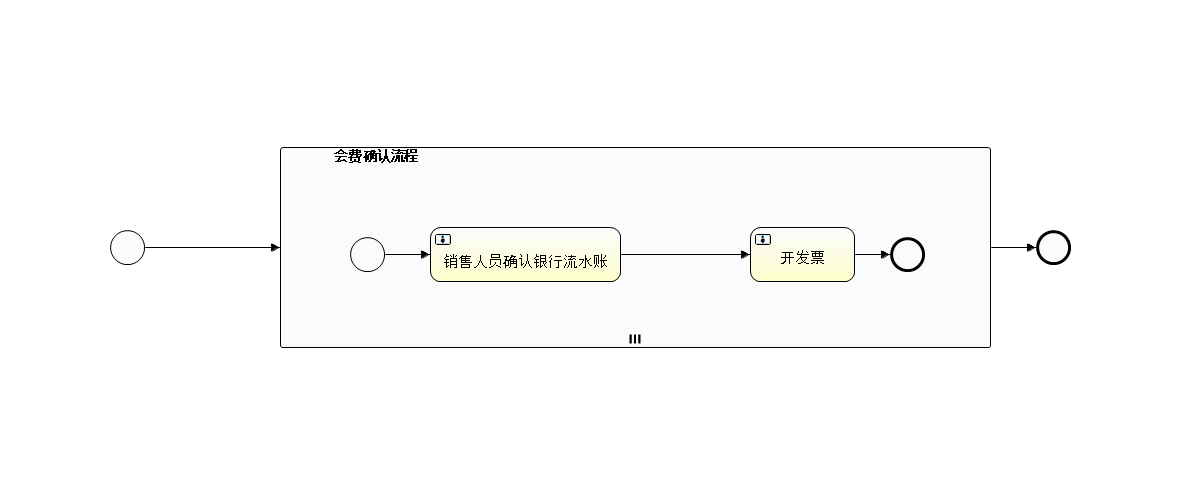
Before: server/src/main/resources/workflow/MeetingRegist.png, a diagram exported from BPMN (glorydom/ApiTemplate). Its source is kept beside it as server/src/main/resources/workflow/MeetingRegist.bpmn. Ids are renumbered. Source of this version:
```xml
<definitions xmlns="http://www.omg.org/spec/BPMN/20100524/MODEL" xmlns:xsi="http://www.w3.org/2001/XMLSchema-instance" xmlns:activiti="http://activiti.org/bpmn" xmlns:bpmndi="http://www.omg.org/spec/BPMN/20100524/DI" xmlns:omgdc="http://www.omg.org/spec/DD/20100524/DC" xmlns:omgdi="http://www.omg.org/spec/DD/20100524/DI" typeLanguage="http://www.w3.org/2001/XMLSchema" expressionLanguage="http://www.w3.org/1999/XPath" targetNamespace="http://www.activiti.org/test">
  <process id="MeetingRegist" name="My process" isExecutable="true">
    <startEvent id="startevent1" name="Start"></startEvent>
    <subProcess id="meetingFeeConfirmationSubProcess" name="会费确认流程">
      <multiInstanceLoopCharacteristics isSequential="false" activiti:collection="Salemans" activiti:elementVariable="Saleman">
        <completionCondition>${nrOfCompletedInstances/nrOfInstances==1}</completionCondition>
      </multiInstanceLoopCharacteristics>
      <startEvent id="startevent2" name="Start"></startEvent>
      <userTask id="usertask1" name="销售人员确认银行流水账" activiti:assignee="${Saleman}" activiti:formKey="confirmFeeBySaleman"></userTask>
      <sequenceFlow id="flow2" sourceRef="startevent2" targetRef="usertask1"></sequenceFlow>
      <userTask id="usertask2" name="开发票" activiti:formKey="meetingFeeInvoice">
        <extensionElements>
          <activiti:taskListener event="create" class="com.huiyi.meeting.activiti.TaskAssigneeListener"></activiti:taskListener>
        </extensionElements>
      </userTask>
      <sequenceFlow id="flow3" sourceRef="usertask1" targetRef="usertask2"></sequenceFlow>
      <endEvent id="endevent1" name="End"></endEvent>
      <sequenceFlow id="flow4" sourceRef="usertask2" targetRef="endevent1"></sequenceFlow>
    </subProcess>
    <sequenceFlow id="flow1" sourceRef="startevent1" targetRef="meetingFeeConfirmationSubProcess"></sequenceFlow>
    <endEvent id="endevent2" name="End"></endEvent>
    <sequenceFlow id="flow5" sourceRef="meetingFeeConfirmationSubProcess" targetRef="endevent2"></sequenceFlow>
  </process>
  <bpmndi:BPMNDiagram id="BPMNDiagram_MeetingRegist">
    <bpmndi:BPMNPlane bpmnElement="MeetingRegist" id="BPMNPlane_MeetingRegist">
      <bpmndi:BPMNShape bpmnElement="startevent1" id="BPMNShape_startevent1">
        <omgdc:Bounds height="35.0" width="35.0" x="110.0" y="230.0"></omgdc:Bounds>
      </bpmndi:BPMNShape>
      <bpmndi:BPMNShape bpmnElement="meetingFeeConfirmationSubProcess" id="BPMNShape_meetingFeeConfirmationSubProcess">
        <omgdc:Bounds height="201.0" width="711.0" x="280.0" y="147.0"></omgdc:Bounds>
      </bpmndi:BPMNShape>
      <bpmndi:BPMNShape bpmnElement="startevent2" id="BPMNShape_startevent2">
        <omgdc:Bounds height="35.0" width="35.0" x="350.0" y="237.0"></omgdc:Bounds>
      </bpmndi:BPMNShape>
      <bpmndi:BPMNShape bpmnElement="usertask1" id="BPMNShape_usertask1">
        <omgdc:Bounds height="55.0" width="191.0" x="430.0" y="227.0"></omgdc:Bounds>
      </bpmndi:BPMNShape>
      <bpmndi:BPMNShape bpmnElement="usertask2" id="BPMNShape_usertask2">
        <omgdc:Bounds height="55.0" width="105.0" x="750.0" y="227.0"></omgdc:Bounds>
      </bpmndi:BPMNShape>
      <bpmndi:BPMNShape bpmnElement="endevent1" id="BPMNShape_endevent1">
        <omgdc:Bounds height="35.0" width="35.0" x="890.0" y="237.0"></omgdc:Bounds>
      </bpmndi:BPMNShape>
      <bpmndi:BPMNShape bpmnElement="endevent2" id="BPMNShape_endevent2">
        <omgdc:Bounds height="35.0" width="35.0" x="1036.0" y="230.0"></omgdc:Bounds>
      </bpmndi:BPMNShape>
      <bpmndi:BPMNEdge bpmnElement="flow2" id="BPMNEdge_flow2">
        <omgdi:waypoint x="385.0" y="254.0"></omgdi:waypoint>
        <omgdi:waypoint x="430.0" y="254.0"></omgdi:waypoint>
      </bpmndi:BPMNEdge>
      <bpmndi:BPMNEdge bpmnElement="flow3" id="BPMNEdge_flow3">
        <omgdi:waypoint x="621.0" y="254.0"></omgdi:waypoint>
        <omgdi:waypoint x="750.0" y="254.0"></omgdi:waypoint>
      </bpmndi:BPMNEdge>
      <bpmndi:BPMNEdge bpmnElement="flow4" id="BPMNEdge_flow4">
        <omgdi:waypoint x="855.0" y="254.0"></omgdi:waypoint>
        <omgdi:waypoint x="890.0" y="254.0"></omgdi:waypoint>
      </bpmndi:BPMNEdge>
      <bpmndi:BPMNEdge bpmnElement="flow1" id="BPMNEdge_flow1">
        <omgdi:waypoint x="145.0" y="247.0"></omgdi:waypoint>
        <omgdi:waypoint x="280.0" y="247.0"></omgdi:waypoint>
      </bpmndi:BPMNEdge>
      <bpmndi:BPMNEdge bpmnElement="flow5" id="BPMNEdge_flow5">
        <omgdi:waypoint x="991.0" y="247.0"></omgdi:waypoint>
        <omgdi:waypoint x="1036.0" y="247.0"></omgdi:waypoint>
      </bpmndi:BPMNEdge>
    </bpmndi:BPMNPlane>
  </bpmndi:BPMNDiagram>
</definitions>
```
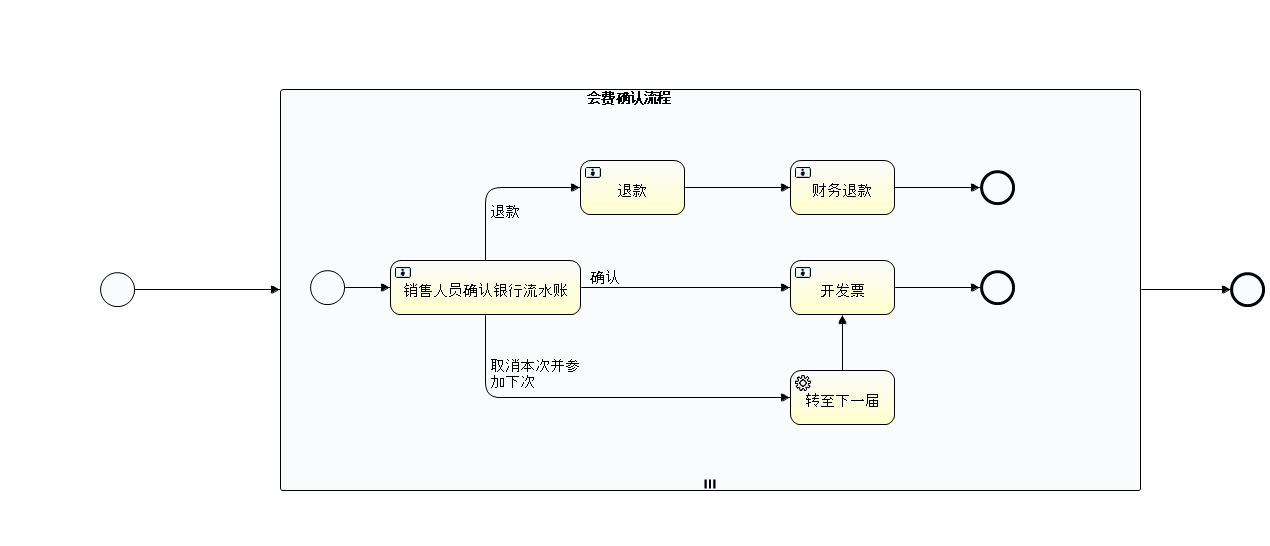
The same diagram one commit later.

Diff of the diagram source:
```diff
@@ -1,5 +1,5 @@
 <definitions xmlns="http://www.omg.org/spec/BPMN/20100524/MODEL" xmlns:xsi="http://www.w3.org/2001/XMLSchema-instance" xmlns:activiti="http://activiti.org/bpmn" xmlns:bpmndi="http://www.omg.org/spec/BPMN/20100524/DI" xmlns:omgdc="http://www.omg.org/spec/DD/20100524/DC" xmlns:omgdi="http://www.omg.org/spec/DD/20100524/DI" typeLanguage="http://www.w3.org/2001/XMLSchema" expressionLanguage="http://www.w3.org/1999/XPath" targetNamespace="http://www.activiti.org/test">
-  <process id="MeetingRegist" name="My process" isExecutable="true">
+  <process id="MeetingRegist" name="嘉宾注册流程" isExecutable="true">
     <startEvent id="startevent1" name="Start"></startEvent>
     <subProcess id="meetingFeeConfirmationSubProcess" name="会费确认流程">
       <multiInstanceLoopCharacteristics isSequential="false" activiti:collection="Salemans" activiti:elementVariable="Saleman">
@@ -8,14 +8,23 @@
       <startEvent id="startevent2" name="Start"></startEvent>
       <userTask id="usertask1" name="销售人员确认银行流水账" activiti:assignee="${Saleman}" activiti:formKey="confirmFeeBySaleman"></userTask>
       <sequenceFlow id="flow2" sourceRef="startevent2" targetRef="usertask1"></sequenceFlow>
-      <userTask id="usertask2" name="开发票" activiti:formKey="meetingFeeInvoice">
+      <userTask id="usertask22" name="开发票" activiti:assignee="王渊博" activiti:formKey="meetingFeeInvoice">
         <extensionElements>
           <activiti:taskListener event="create" class="com.huiyi.meeting.activiti.TaskAssigneeListener"></activiti:taskListener>
         </extensionElements>
       </userTask>
-      <sequenceFlow id="flow3" sourceRef="usertask1" targetRef="usertask2"></sequenceFlow>
       <endEvent id="endevent1" name="End"></endEvent>
-      <sequenceFlow id="flow4" sourceRef="usertask2" targetRef="endevent1"></sequenceFlow>
+      <sequenceFlow id="flow4" sourceRef="usertask22" targetRef="endevent1"></sequenceFlow>
+      <userTask id="usertask24" name="退款"></userTask>
+      <sequenceFlow id="flow13" sourceRef="servicetask1" targetRef="usertask22"></sequenceFlow>
+      <sequenceFlow id="flow14" name="退款" sourceRef="usertask1" targetRef="usertask24"></sequenceFlow>
+      <sequenceFlow id="flow15" name="确认" sourceRef="usertask1" targetRef="usertask22"></sequenceFlow>
+      <sequenceFlow id="flow16" name="取消本次并参加下次" sourceRef="usertask1" targetRef="servicetask1"></sequenceFlow>
+      <serviceTask id="servicetask1" name="转至下一届"></serviceTask>
+      <userTask id="usertask25" name="财务退款"></userTask>
+      <sequenceFlow id="flow17" sourceRef="usertask24" targetRef="usertask25"></sequenceFlow>
+      <endEvent id="endevent3" name="End"></endEvent>
+      <sequenceFlow id="flow18" sourceRef="usertask25" targetRef="endevent3"></sequenceFlow>
     </subProcess>
     <sequenceFlow id="flow1" sourceRef="startevent1" targetRef="meetingFeeConfirmationSubProcess"></sequenceFlow>
     <endEvent id="endevent2" name="End"></endEvent>
@@ -24,45 +33,88 @@
   <bpmndi:BPMNDiagram id="BPMNDiagram_MeetingRegist">
     <bpmndi:BPMNPlane bpmnElement="MeetingRegist" id="BPMNPlane_MeetingRegist">
       <bpmndi:BPMNShape bpmnElement="startevent1" id="BPMNShape_startevent1">
-        <omgdc:Bounds height="35.0" width="35.0" x="110.0" y="230.0"></omgdc:Bounds>
+        <omgdc:Bounds height="35.0" width="35.0" x="100.0" y="272.0"></omgdc:Bounds>
       </bpmndi:BPMNShape>
       <bpmndi:BPMNShape bpmnElement="meetingFeeConfirmationSubProcess" id="BPMNShape_meetingFeeConfirmationSubProcess">
-        <omgdc:Bounds height="201.0" width="711.0" x="280.0" y="147.0"></omgdc:Bounds>
+        <omgdc:Bounds height="402.0" width="861.0" x="280.0" y="89.0"></omgdc:Bounds>
       </bpmndi:BPMNShape>
       <bpmndi:BPMNShape bpmnElement="startevent2" id="BPMNShape_startevent2">
-        <omgdc:Bounds height="35.0" width="35.0" x="350.0" y="237.0"></omgdc:Bounds>
+        <omgdc:Bounds height="35.0" width="35.0" x="310.0" y="270.0"></omgdc:Bounds>
       </bpmndi:BPMNShape>
       <bpmndi:BPMNShape bpmnElement="usertask1" id="BPMNShape_usertask1">
-        <omgdc:Bounds height="55.0" width="191.0" x="430.0" y="227.0"></omgdc:Bounds>
+        <omgdc:Bounds height="55.0" width="191.0" x="390.0" y="260.0"></omgdc:Bounds>
       </bpmndi:BPMNShape>
-      <bpmndi:BPMNShape bpmnElement="usertask2" id="BPMNShape_usertask2">
-        <omgdc:Bounds height="55.0" width="105.0" x="750.0" y="227.0"></omgdc:Bounds>
+      <bpmndi:BPMNShape bpmnElement="usertask22" id="BPMNShape_usertask22">
+        <omgdc:Bounds height="55.0" width="105.0" x="790.0" y="260.0"></omgdc:Bounds>
       </bpmndi:BPMNShape>
       <bpmndi:BPMNShape bpmnElement="endevent1" id="BPMNShape_endevent1">
-        <omgdc:Bounds height="35.0" width="35.0" x="890.0" y="237.0"></omgdc:Bounds>
+        <omgdc:Bounds height="35.0" width="35.0" x="980.0" y="270.0"></omgdc:Bounds>
+      </bpmndi:BPMNShape>
+      <bpmndi:BPMNShape bpmnElement="usertask24" id="BPMNShape_usertask24">
+        <omgdc:Bounds height="55.0" width="105.0" x="580.0" y="160.0"></omgdc:Bounds>
+      </bpmndi:BPMNShape>
+      <bpmndi:BPMNShape bpmnElement="servicetask1" id="BPMNShape_servicetask1">
+        <omgdc:Bounds height="55.0" width="105.0" x="790.0" y="370.0"></omgdc:Bounds>
+      </bpmndi:BPMNShape>
+      <bpmndi:BPMNShape bpmnElement="usertask25" id="BPMNShape_usertask25">
+        <omgdc:Bounds height="55.0" width="105.0" x="790.0" y="160.0"></omgdc:Bounds>
+      </bpmndi:BPMNShape>
+      <bpmndi:BPMNShape bpmnElement="endevent3" id="BPMNShape_endevent3">
+        <omgdc:Bounds height="35.0" width="35.0" x="980.0" y="170.0"></omgdc:Bounds>
       </bpmndi:BPMNShape>
       <bpmndi:BPMNShape bpmnElement="endevent2" id="BPMNShape_endevent2">
-        <omgdc:Bounds height="35.0" width="35.0" x="1036.0" y="230.0"></omgdc:Bounds>
+        <omgdc:Bounds height="35.0" width="35.0" x="1230.0" y="272.0"></omgdc:Bounds>
       </bpmndi:BPMNShape>
       <bpmndi:BPMNEdge bpmnElement="flow2" id="BPMNEdge_flow2">
-        <omgdi:waypoint x="385.0" y="254.0"></omgdi:waypoint>
-        <omgdi:waypoint x="430.0" y="254.0"></omgdi:waypoint>
-      </bpmndi:BPMNEdge>
-      <bpmndi:BPMNEdge bpmnElement="flow3" id="BPMNEdge_flow3">
-        <omgdi:waypoint x="621.0" y="254.0"></omgdi:waypoint>
-        <omgdi:waypoint x="750.0" y="254.0"></omgdi:waypoint>
+        <omgdi:waypoint x="345.0" y="287.0"></omgdi:waypoint>
+        <omgdi:waypoint x="390.0" y="287.0"></omgdi:waypoint>
       </bpmndi:BPMNEdge>
       <bpmndi:BPMNEdge bpmnElement="flow4" id="BPMNEdge_flow4">
-        <omgdi:waypoint x="855.0" y="254.0"></omgdi:waypoint>
-        <omgdi:waypoint x="890.0" y="254.0"></omgdi:waypoint>
+        <omgdi:waypoint x="895.0" y="287.0"></omgdi:waypoint>
+        <omgdi:waypoint x="980.0" y="287.0"></omgdi:waypoint>
+      </bpmndi:BPMNEdge>
+      <bpmndi:BPMNEdge bpmnElement="flow13" id="BPMNEdge_flow13">
+        <omgdi:waypoint x="842.0" y="370.0"></omgdi:waypoint>
+        <omgdi:waypoint x="842.0" y="315.0"></omgdi:waypoint>
+      </bpmndi:BPMNEdge>
+      <bpmndi:BPMNEdge bpmnElement="flow14" id="BPMNEdge_flow14">
+        <omgdi:waypoint x="485.0" y="260.0"></omgdi:waypoint>
+        <omgdi:waypoint x="485.0" y="187.0"></omgdi:waypoint>
+        <omgdi:waypoint x="580.0" y="187.0"></omgdi:waypoint>
+        <bpmndi:BPMNLabel>
+          <omgdc:Bounds height="16.0" width="100.0" x="674.0" y="270.0"></omgdc:Bounds>
+        </bpmndi:BPMNLabel>
+      </bpmndi:BPMNEdge>
+      <bpmndi:BPMNEdge bpmnElement="flow15" id="BPMNEdge_flow15">
+        <omgdi:waypoint x="581.0" y="287.0"></omgdi:waypoint>
+        <omgdi:waypoint x="790.0" y="287.0"></omgdi:waypoint>
+        <bpmndi:BPMNLabel>
+          <omgdc:Bounds height="16.0" width="100.0" x="870.0" y="346.0"></omgdc:Bounds>
+        </bpmndi:BPMNLabel>
+      </bpmndi:BPMNEdge>
+      <bpmndi:BPMNEdge bpmnElement="flow16" id="BPMNEdge_flow16">
+        <omgdi:waypoint x="485.0" y="315.0"></omgdi:waypoint>
+        <omgdi:waypoint x="485.0" y="397.0"></omgdi:waypoint>
+        <omgdi:waypoint x="790.0" y="397.0"></omgdi:waypoint>
+        <bpmndi:BPMNLabel>
+          <omgdc:Bounds height="48.0" width="100.0" x="731.0" y="439.0"></omgdc:Bounds>
+        </bpmndi:BPMNLabel>
+      </bpmndi:BPMNEdge>
+      <bpmndi:BPMNEdge bpmnElement="flow17" id="BPMNEdge_flow17">
+        <omgdi:waypoint x="685.0" y="187.0"></omgdi:waypoint>
+        <omgdi:waypoint x="790.0" y="187.0"></omgdi:waypoint>
+      </bpmndi:BPMNEdge>
+      <bpmndi:BPMNEdge bpmnElement="flow18" id="BPMNEdge_flow18">
+        <omgdi:waypoint x="895.0" y="187.0"></omgdi:waypoint>
+        <omgdi:waypoint x="980.0" y="187.0"></omgdi:waypoint>
       </bpmndi:BPMNEdge>
       <bpmndi:BPMNEdge bpmnElement="flow1" id="BPMNEdge_flow1">
-        <omgdi:waypoint x="145.0" y="247.0"></omgdi:waypoint>
-        <omgdi:waypoint x="280.0" y="247.0"></omgdi:waypoint>
+        <omgdi:waypoint x="135.0" y="289.0"></omgdi:waypoint>
+        <omgdi:waypoint x="280.0" y="290.0"></omgdi:waypoint>
       </bpmndi:BPMNEdge>
       <bpmndi:BPMNEdge bpmnElement="flow5" id="BPMNEdge_flow5">
-        <omgdi:waypoint x="991.0" y="247.0"></omgdi:waypoint>
-        <omgdi:waypoint x="1036.0" y="247.0"></omgdi:waypoint>
+        <omgdi:waypoint x="1141.0" y="290.0"></omgdi:waypoint>
+        <omgdi:waypoint x="1230.0" y="289.0"></omgdi:waypoint>
       </bpmndi:BPMNEdge>
     </bpmndi:BPMNPlane>
   </bpmndi:BPMNDiagram>
```
